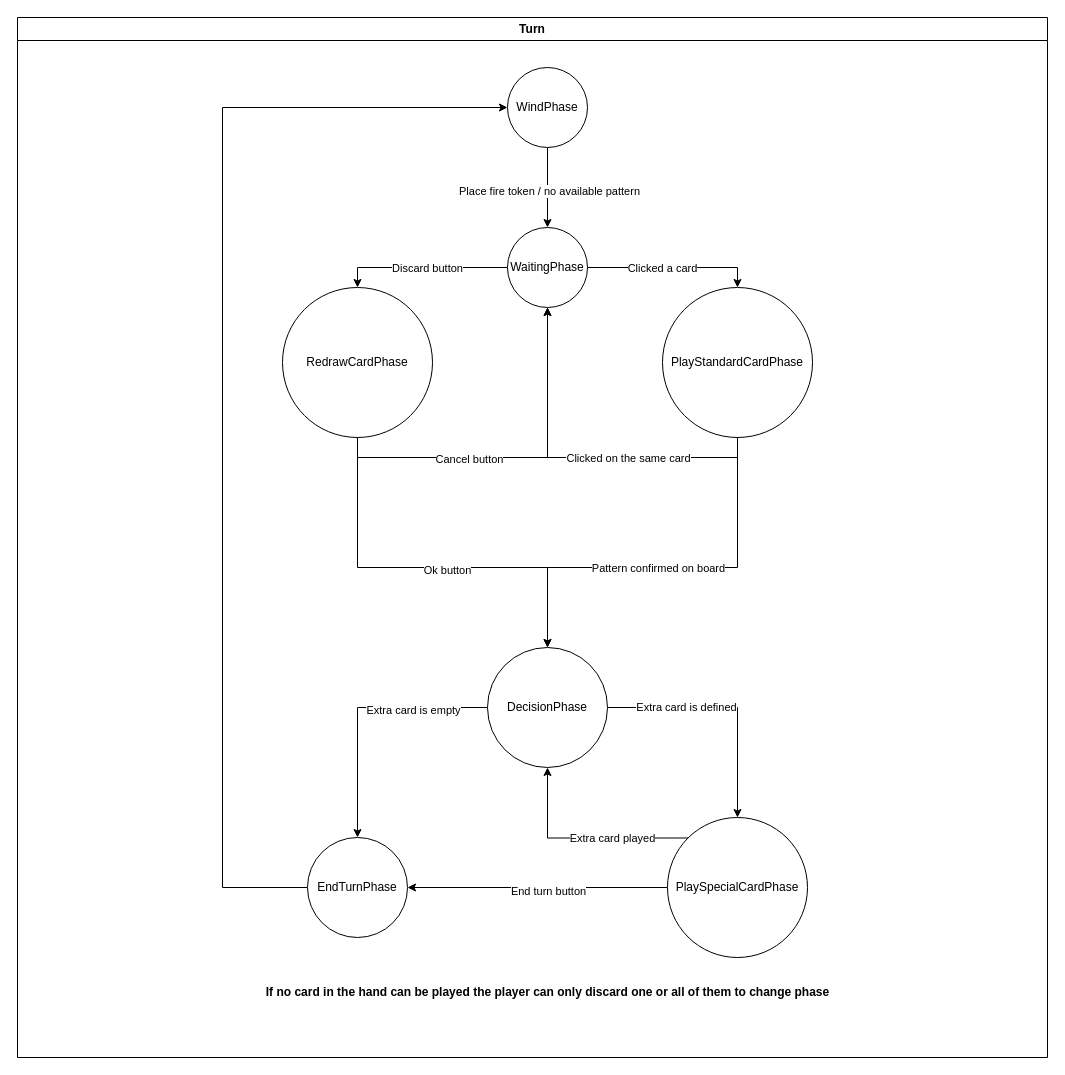
Before: src/main/asciidoc/assets/drawio/TurnStates.drawio in Fight-Fire-With-Scala/Scala-Fire-Tower, a draw.io diagram. Source tidied: cells renumbered, new cells numbered last; positions are measured from the earlier drawing's top-left corner, leaving out a move shared by most shapes. Both pictures are drawn from the tidied source at 100%, with x=0, y=0 at pixel (17, 17).
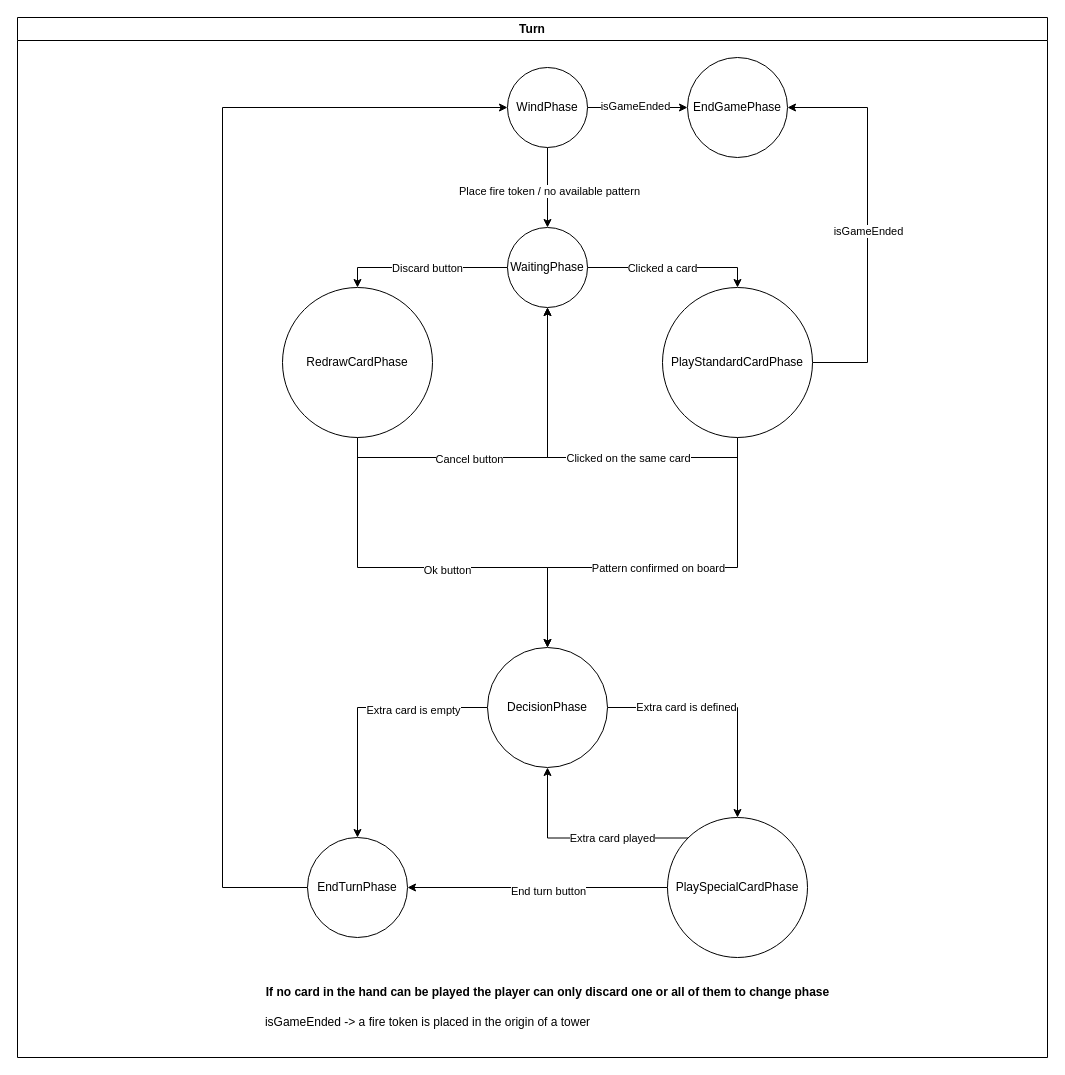
The same page after the edit.

Commit message:
docs: update TurnStates diagram

Unchanged cells that the change refers to:
```xml
<mxCell id="2" value="Turn" style="swimlane;whiteSpace=wrap;html=1;" parent="1" vertex="1">
  <mxGeometry width="1030" height="1040" as="geometry" />
</mxCell>
<mxCell id="5" value="WindPhase" style="ellipse;whiteSpace=wrap;html=1;" parent="2" vertex="1">
  <mxGeometry x="490" y="50" width="80" height="80" as="geometry" />
</mxCell>
<mxCell id="20" value="PlayStandardCardPhase" style="ellipse;whiteSpace=wrap;html=1;" parent="2" vertex="1">
  <mxGeometry x="645" y="270" width="150" height="150" as="geometry" />
</mxCell>
```

Change to the diagram source:
```diff
@@
+    <mxCell id="34" style="edgeStyle=orthogonalEdgeStyle;rounded=0;jettySize=auto;html=1;entryX=0;entryY=0.5;entryDx=0;entryDy=0;" parent="2" edge="1" source="5" target="38">
+      <mxGeometry relative="1" as="geometry" />
+    </mxCell>
+    <mxCell id="35" value="isGameEnded" style="edgeLabel;html=1;align=center;verticalAlign=middle;" parent="34" vertex="1">
+      <mxGeometry x="-0.08" y="2" relative="1" as="geometry">
+        <mxPoint x="1" as="offset" />
+      </mxGeometry>
+    </mxCell>
@@
+    <mxCell id="36" style="edgeStyle=orthogonalEdgeStyle;rounded=0;jettySize=auto;html=1;exitX=1;exitY=0.5;exitDx=0;exitDy=0;entryX=1;entryY=0.5;entryDx=0;entryDy=0;" parent="2" edge="1" source="20" target="38">
+      <mxGeometry relative="1" as="geometry">
+        <Array as="points">
+          <mxPoint x="850" y="345" />
+          <mxPoint x="850" y="90" />
+        </Array>
+      </mxGeometry>
+    </mxCell>
+    <mxCell id="37" value="isGameEnded" style="edgeLabel;html=1;align=center;verticalAlign=middle;" parent="36" vertex="1">
+      <mxGeometry x="-0.04" relative="1" as="geometry" />
+    </mxCell>
@@
+    <mxCell id="38" value="EndGamePhase" style="ellipse;whiteSpace=wrap;html=1;" parent="2" vertex="1">
+      <mxGeometry x="670" y="40" width="100" height="100" as="geometry" />
+    </mxCell>
+    <mxCell id="39" value="isGameEnded -&amp;gt; a fire token is placed in the origin of a tower" style="text;html=1;align=center;verticalAlign=middle;strokeColor=none;fillColor=none;" parent="2" vertex="1">
+      <mxGeometry x="235" y="990" width="350" height="30" as="geometry" />
+    </mxCell>
```
